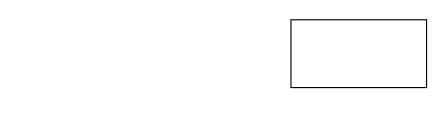
Above: 未命名绘图.drawio in TingranChen/SCMA (draw.io), before the change. Source tidied: cells renumbered, new cells numbered last; positions are measured from the earlier drawing's top-left corner, leaving out a move shared by most shapes. Both pictures are drawn from the tidied source at 113%, with x=0, y=0 at pixel (290, 19).
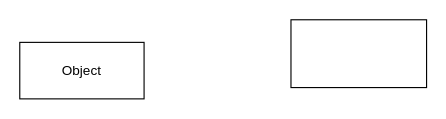
After the change.

Commit message:
Update drawing file format and structure

尝试修改

The edit, as a diff of the source:
```diff
@@
 <mxGraphModel>
   <root>
     <mxCell id="0" />
     <mxCell id="1" parent="0" />
     <mxCell id="2" style="rounded=0;whiteSpace=wrap;html=1;" parent="1" vertex="1">
       <mxGeometry width="120" height="60" as="geometry" />
     </mxCell>
+    <mxCell id="3" value="Object" style="html=1;whiteSpace=wrap;" parent="1" vertex="1">
+      <mxGeometry x="-240" y="20" width="110" height="50" as="geometry" />
+    </mxCell>
   </root>
 </mxGraphModel>
```
